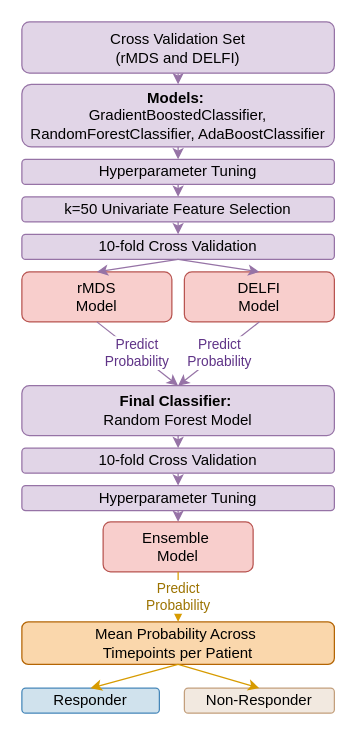
Earlier version of the draw.io diagram epifluidlab/F3A.drawio (bananasrlowkeygood/bananasrlowkeygood.github.io). Source tidied: cells renumbered, new cells numbered last; positions are measured from the earlier drawing's top-left corner, leaving out a move shared by most shapes. Both pictures are drawn from the tidied source at 125%, with x=0, y=0 at pixel (21, 21).
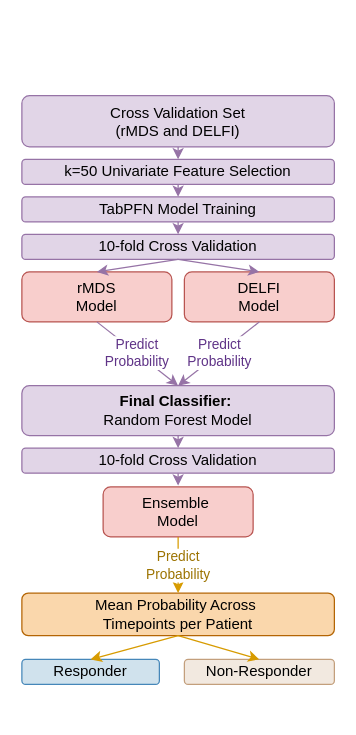
Above is the later version.

The change refers to these unchanged cells:
```xml
<mxCell id="13" value="10-fold Cross Validation" style="rounded=1;whiteSpace=wrap;html=1;fillColor=#e1d5e7;strokeColor=#9673a6;" parent="1" vertex="1">
  <mxGeometry y="341" width="250" height="20" as="geometry" />
</mxCell>
```

The edit, as a diff of the source:
```diff
@@
-    <mxCell id="2" style="endArrow=classic;html=1;rounded=0;exitX=0.5;exitY=1;exitDx=0;exitDy=0;entryX=0.5;entryY=0;entryDx=0;entryDy=0;fillColor=#e1d5e7;strokeColor=#9673a6;" parent="1" edge="1" source="25" target="3">
-      <mxGeometry relative="1" as="geometry" />
-    </mxCell>
-    <mxCell id="3" value="&lt;b&gt;Models:&amp;nbsp;&lt;/b&gt;&lt;div&gt;GradientBoostedClassifier, RandomForestClassifier, AdaBoostClassifier&lt;/div&gt;" style="rounded=1;whiteSpace=wrap;html=1;fillColor=#e1d5e7;strokeColor=#9673a6;" parent="1" vertex="1">
-      <mxGeometry y="50" width="250" height="50" as="geometry" />
-    </mxCell>
-    <mxCell id="4" value="Hyperparameter Tuning" style="rounded=1;whiteSpace=wrap;html=1;fillColor=#e1d5e7;strokeColor=#9673a6;" parent="1" vertex="1">
+    <mxCell id="4" value="k=50 Univariate Feature Selection" style="rounded=1;whiteSpace=wrap;html=1;fillColor=#e1d5e7;strokeColor=#9673a6;" parent="1" vertex="1">
       <mxGeometry y="110" width="250" height="20" as="geometry" />
     </mxCell>
-    <mxCell id="5" value="k=50 Univariate Feature Selection" style="rounded=1;whiteSpace=wrap;html=1;fillColor=#e1d5e7;strokeColor=#9673a6;" parent="1" vertex="1">
+    <mxCell id="5" value="TabPFN Model Training" style="rounded=1;whiteSpace=wrap;html=1;fillColor=#e1d5e7;strokeColor=#9673a6;" parent="1" vertex="1">
       <mxGeometry y="140" width="250" height="20" as="geometry" />
     </mxCell>
@@
-    <mxCell id="12" value="Hyperparameter Tuning" style="rounded=1;whiteSpace=wrap;html=1;fillColor=#e1d5e7;strokeColor=#9673a6;" parent="1" vertex="1">
-      <mxGeometry y="371" width="250" height="20" as="geometry" />
-    </mxCell>
@@
-    <mxCell id="14" style="endArrow=classic;html=1;rounded=0;exitX=0.5;exitY=1;exitDx=0;exitDy=0;entryX=0.5;entryY=0;entryDx=0;entryDy=0;fillColor=#e1d5e7;strokeColor=#9673a6;" parent="1" edge="1" source="3" target="4">
-      <mxGeometry relative="1" as="geometry" />
+    <mxCell id="14" style="endArrow=classic;html=1;rounded=0;exitX=0.5;exitY=1;exitDx=0;exitDy=0;entryX=0.5;entryY=0;entryDx=0;entryDy=0;fillColor=#e1d5e7;strokeColor=#9673a6;" parent="1" edge="1" target="4">
+      <mxGeometry relative="1" as="geometry">
+        <mxPoint x="125" y="100" as="sourcePoint" />
+      </mxGeometry>
     </mxCell>
@@
-    <mxCell id="19" style="endArrow=classic;html=1;rounded=0;exitX=0.5;exitY=1;exitDx=0;exitDy=0;entryX=0.5;entryY=0;entryDx=0;entryDy=0;fillColor=#e1d5e7;strokeColor=#9673a6;" parent="1" edge="1" source="13" target="12">
-      <mxGeometry relative="1" as="geometry" />
+    <mxCell id="19" style="endArrow=classic;html=1;rounded=0;exitX=0.5;exitY=1;exitDx=0;exitDy=0;entryX=0.5;entryY=0;entryDx=0;entryDy=0;fillColor=#e1d5e7;strokeColor=#9673a6;" parent="1" edge="1" source="13">
+      <mxGeometry relative="1" as="geometry">
+        <mxPoint x="125" y="371" as="targetPoint" />
+      </mxGeometry>
     </mxCell>
     <mxCell id="20" value="&lt;span style=&quot;text-align: start; caret-color: rgb(0, 0, 0); color: rgb(0, 0, 0);&quot;&gt;Mean Probability Across&amp;nbsp;&lt;/span&gt;&lt;div&gt;&lt;span style=&quot;text-align: start; caret-color: rgb(0, 0, 0); color: rgb(0, 0, 0);&quot;&gt;Timepoints per Patient&lt;/span&gt;&lt;br&gt;&lt;/div&gt;" style="rounded=1;whiteSpace=wrap;html=1;fillColor=#fad7ac;strokeColor=#b46504;" parent="1" vertex="1">
-      <mxGeometry y="480" width="250" height="34" as="geometry" />
+      <mxGeometry y="457" width="250" height="34" as="geometry" />
     </mxCell>
     <mxCell id="21" value="Responder" style="rounded=1;whiteSpace=wrap;html=1;fillColor=#D0E2ED;strokeColor=#4687B9;" parent="1" vertex="1">
-      <mxGeometry y="533" width="110" height="20" as="geometry" />
+      <mxGeometry y="510" width="110" height="20" as="geometry" />
     </mxCell>
     <mxCell id="22" value="Non-Responder" style="rounded=1;whiteSpace=wrap;html=1;fillColor=#F2E9E0;strokeColor=#C39F7C;" parent="1" vertex="1">
-      <mxGeometry x="130" y="533" width="120" height="20" as="geometry" />
+      <mxGeometry x="130" y="510" width="120" height="20" as="geometry" />
     </mxCell>
@@
     <mxCell id="25" value="Cross Validation Set&lt;div&gt;(rMDS and DELFI)&lt;/div&gt;" style="rounded=1;whiteSpace=wrap;html=1;fillColor=#e1d5e7;strokeColor=#9673a6;" parent="1" vertex="1">
-      <mxGeometry width="250" height="41" as="geometry" />
+      <mxGeometry y="59" width="250" height="41" as="geometry" />
     </mxCell>
     <mxCell id="26" value="Ensemble&amp;nbsp;&lt;div&gt;Model&lt;/div&gt;" style="rounded=1;whiteSpace=wrap;html=1;fillColor=#f8cecc;strokeColor=#b85450;" parent="1" vertex="1">
-      <mxGeometry x="65" y="400" width="120" height="40" as="geometry" />
+      <mxGeometry x="65" y="372" width="120" height="40" as="geometry" />
     </mxCell>
-    <mxCell id="27" style="endArrow=classic;html=1;rounded=0;exitX=0.5;exitY=1;exitDx=0;exitDy=0;fillColor=#e1d5e7;strokeColor=#9673a6;" parent="1" edge="1" source="12" target="26">
-      <mxGeometry relative="1" as="geometry" />
-    </mxCell>
```
